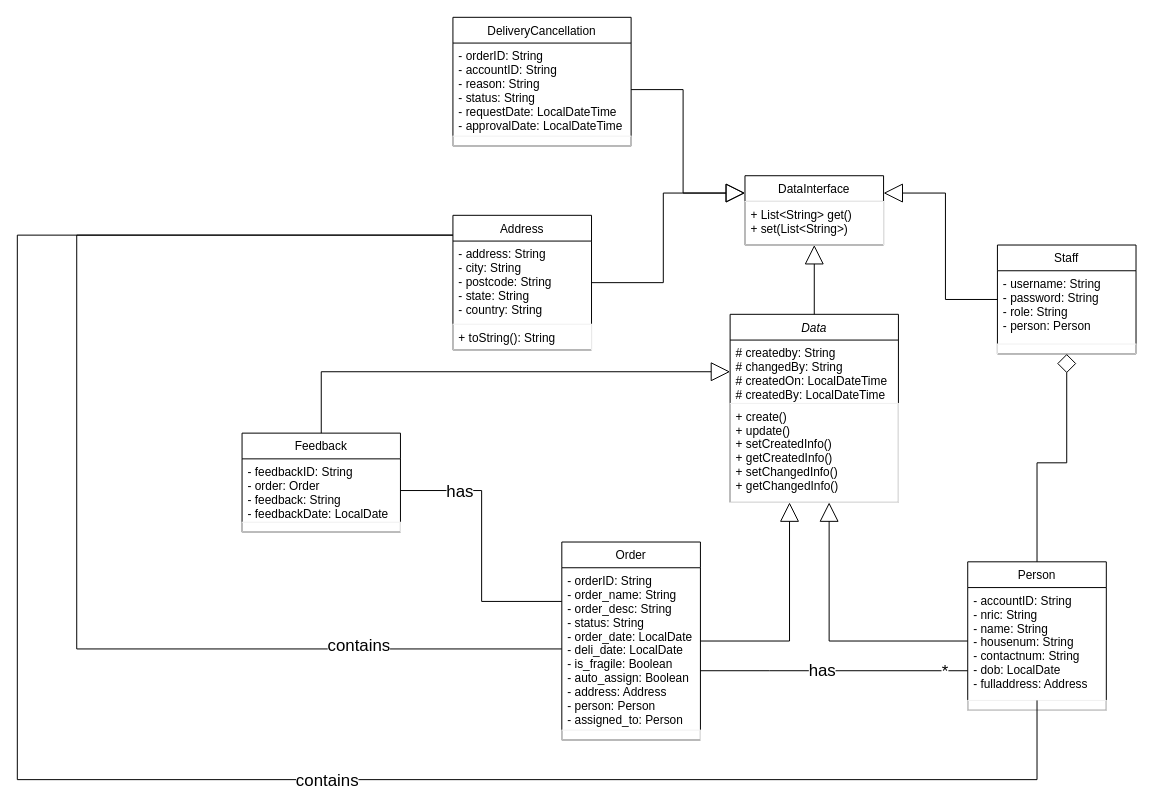
The draw.io diagram Class Diagram.drawio in orbulant/CourierServiceSystem, before the edit. Source tidied: cells renumbered, new cells numbered last; positions are measured from the earlier drawing's top-left corner, leaving out a move shared by most shapes. Both pictures are drawn from the tidied source at 99%, with x=0, y=0 at pixel (17, 17).
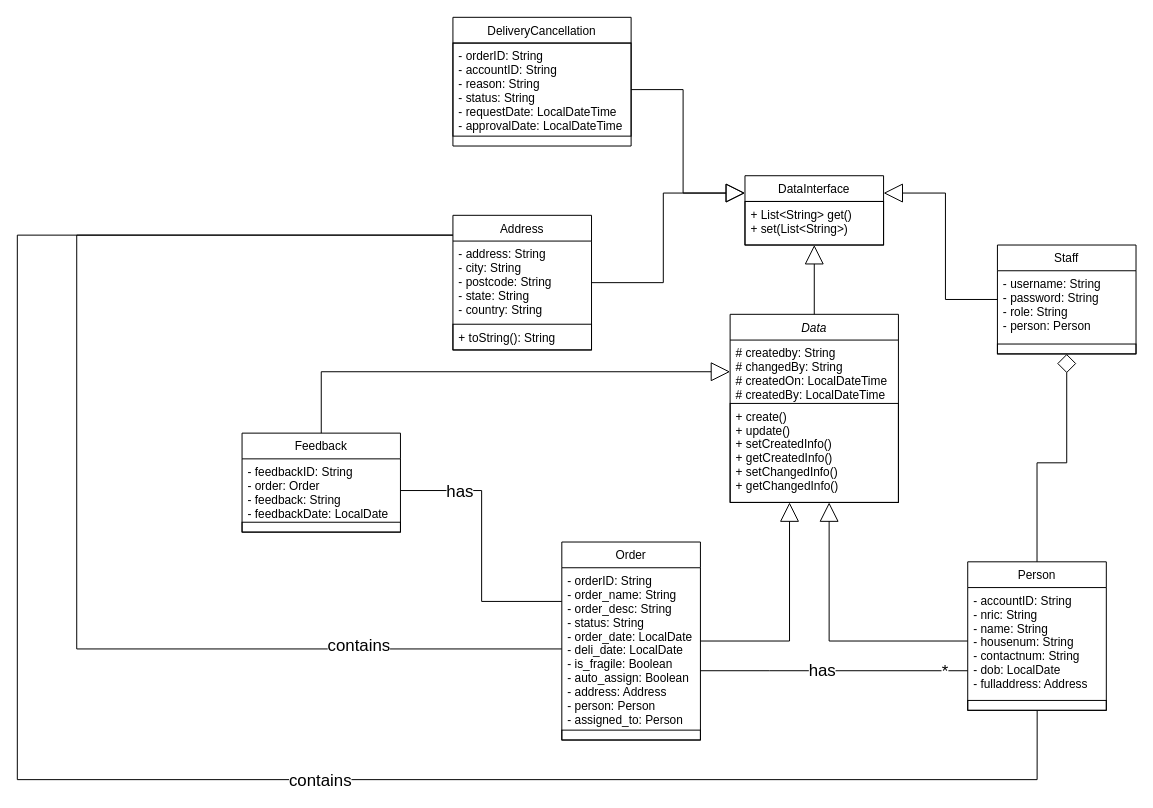
Above is the later version.

Commit message (it also covers changes not shown here):
Changed some class diagram stuff

Unchanged cells that the change refers to:
```xml
<mxCell id="4" value="# createdby: String&#10;# changedBy: String&#10;# createdOn: LocalDateTime&#10;# createdBy: LocalDateTime&#10;" style="text;strokeColor=none;fillColor=none;align=left;verticalAlign=top;spacingLeft=4;spacingRight=4;overflow=hidden;points=[[0,0.5],[1,0.5]];portConstraint=eastwest;" parent="3" vertex="1">
  <mxGeometry y="26" width="170" height="64" as="geometry" />
</mxCell>
<mxCell id="9" value="- address: String&#10;- city: String&#10;- postcode: String&#10;- state: String&#10;- country: String" style="text;strokeColor=none;fillColor=none;align=left;verticalAlign=top;spacingLeft=4;spacingRight=4;overflow=hidden;points=[[0,0.5],[1,0.5]];portConstraint=eastwest;" parent="8" vertex="1">
  <mxGeometry y="26" width="140" height="84" as="geometry" />
</mxCell>
<mxCell id="18" value="- accountID: String&#10;- nric: String&#10;- name: String&#10;- housenum: String&#10;- contactnum: String&#10;- dob: LocalDate&#10;- fulladdress: Address&#10;" style="text;strokeColor=none;fillColor=none;align=left;verticalAlign=top;spacingLeft=4;spacingRight=4;overflow=hidden;points=[[0,0.5],[1,0.5]];portConstraint=eastwest;" parent="17" vertex="1">
  <mxGeometry y="26" width="140" height="114" as="geometry" />
</mxCell>
<mxCell id="25" value="- orderID: String&#10;- order_name: String&#10;- order_desc: String&#10;- status: String&#10;- order_date: LocalDate&#10;- deli_date: LocalDate&#10;- is_fragile: Boolean&#10;- auto_assign: Boolean&#10;- address: Address&#10;- person: Person&#10;- assigned_to: Person&#10;" style="text;strokeColor=none;fillColor=none;align=left;verticalAlign=top;spacingLeft=4;spacingRight=4;overflow=hidden;points=[[0,0.5],[1,0.5]];portConstraint=eastwest;" parent="24" vertex="1">
  <mxGeometry y="26" width="140" height="164" as="geometry" />
</mxCell>
<mxCell id="38" value="- feedbackID: String&#10;- order: Order&#10;- feedback: String&#10;- feedbackDate: LocalDate&#10;" style="text;strokeColor=none;fillColor=none;align=left;verticalAlign=top;spacingLeft=4;spacingRight=4;overflow=hidden;points=[[0,0.5],[1,0.5]];portConstraint=eastwest;" parent="37" vertex="1">
  <mxGeometry y="26" width="160" height="64" as="geometry" />
</mxCell>
```

Change to the diagram source:
```diff
@@
-    <mxCell id="0" />
-    <mxCell id="1" parent="0" />
+    <mxCell id="42" />
+    <mxCell id="43" parent="42" />
-    <mxCell id="2" style="edgeStyle=orthogonalEdgeStyle;rounded=0;jettySize=auto;html=1;entryX=0.5;entryY=1;entryDx=0;entryDy=0;endArrow=block;endFill=0;startSize=17;endSize=17;" parent="1" edge="1" source="3" target="6">
+    <mxCell id="2" style="edgeStyle=orthogonalEdgeStyle;rounded=0;jettySize=auto;html=1;entryX=0.5;entryY=1;entryDx=0;entryDy=0;endArrow=block;endFill=0;startSize=17;endSize=17;" parent="43" edge="1" source="3" target="6">
       <mxGeometry relative="1" as="geometry" />
     </mxCell>
-    <mxCell id="3" value="Data" style="swimlane;fontStyle=2;horizontal=1;startSize=26;fillColor=none;" parent="1" vertex="1">
+    <mxCell id="3" value="Data" style="swimlane;fontStyle=2;horizontal=1;startSize=26;fillColor=none;" parent="43" vertex="1">
       <mxGeometry x="720" y="300" width="170" height="190" as="geometry" />
     </mxCell>
@@
-    <mxCell id="5" value="+ create()&#10;+ update()&#10;+ setCreatedInfo()&#10;+ getCreatedInfo()&#10;+ setChangedInfo()&#10;+ getChangedInfo()&#10;" style="text;align=left;verticalAlign=top;spacingLeft=4;spacingRight=4;overflow=hidden;strokeColor=#f0f0f0;" parent="3" vertex="1">
+    <mxCell id="5" value="+ create()&#10;+ update()&#10;+ setCreatedInfo()&#10;+ getCreatedInfo()&#10;+ setChangedInfo()&#10;+ getChangedInfo()&#10;" style="text;align=left;verticalAlign=top;spacingLeft=4;spacingRight=4;overflow=hidden;strokeColor=#000000;" parent="3" vertex="1">
       <mxGeometry y="90" width="170" height="100" as="geometry" />
     </mxCell>
-    <mxCell id="6" value="DataInterface" style="swimlane;fontStyle=0;horizontal=1;startSize=26;fillColor=none;" parent="1" vertex="1">
+    <mxCell id="6" value="DataInterface" style="swimlane;fontStyle=0;horizontal=1;startSize=26;fillColor=none;" parent="43" vertex="1">
       <mxGeometry x="735" y="160" width="140" height="70" as="geometry" />
     </mxCell>
-    <mxCell id="7" value="+ List&lt;String&gt; get()&#10;+ set(List&lt;String&gt;)&#10;" style="text;fillColor=none;align=left;verticalAlign=top;spacingLeft=4;spacingRight=4;overflow=hidden;strokeColor=#f0f0f0;" parent="6" vertex="1">
+    <mxCell id="7" value="+ List&lt;String&gt; get()&#10;+ set(List&lt;String&gt;)&#10;" style="text;align=left;verticalAlign=top;spacingLeft=4;spacingRight=4;overflow=hidden;strokeColor=#000000;" parent="6" vertex="1">
       <mxGeometry y="26" width="140" height="44" as="geometry" />
     </mxCell>
-    <mxCell id="8" value="Address" style="swimlane;fontStyle=0;horizontal=1;startSize=26;fillColor=none;" parent="1" vertex="1">
+    <mxCell id="8" value="Address" style="swimlane;fontStyle=0;horizontal=1;startSize=26;fillColor=none;" parent="43" vertex="1">
       <mxGeometry x="440" y="200" width="140" height="136" as="geometry" />
     </mxCell>
@@
-    <mxCell id="10" value="+ toString(): String" style="text;fillColor=none;align=left;verticalAlign=top;spacingLeft=4;spacingRight=4;overflow=hidden;strokeColor=#f0f0f0;" parent="8" vertex="1">
+    <mxCell id="10" value="+ toString(): String" style="text;align=left;verticalAlign=top;spacingLeft=4;spacingRight=4;overflow=hidden;strokeColor=#000000;" parent="8" vertex="1">
       <mxGeometry y="110" width="140" height="26" as="geometry" />
     </mxCell>
-    <mxCell id="11" style="edgeStyle=orthogonalEdgeStyle;rounded=0;jettySize=auto;html=1;entryX=1;entryY=0.25;entryDx=0;entryDy=0;startSize=17;endArrow=block;endFill=0;endSize=17;" parent="1" edge="1" source="12" target="6">
+    <mxCell id="11" style="edgeStyle=orthogonalEdgeStyle;rounded=0;jettySize=auto;html=1;entryX=1;entryY=0.25;entryDx=0;entryDy=0;startSize=17;endArrow=block;endFill=0;endSize=17;" parent="43" edge="1" source="12" target="6">
       <mxGeometry relative="1" as="geometry" />
     </mxCell>
-    <mxCell id="12" value="Staff" style="swimlane;fontStyle=0;horizontal=1;startSize=26;fillColor=none;" parent="1" vertex="1">
+    <mxCell id="12" value="Staff" style="swimlane;fontStyle=0;horizontal=1;startSize=26;fillColor=none;" parent="43" vertex="1">
       <mxGeometry x="990" y="230" width="140" height="110" as="geometry" />
     </mxCell>
-    <mxCell id="13" value="- username: String&#10;- password: String&#10;- role: String&#10;- person: Person" style="text;strokeColor=none;fillColor=none;align=left;verticalAlign=top;spacingLeft=4;spacingRight=4;overflow=hidden;" parent="12" vertex="1">
+    <mxCell id="13" value="- username: String&#10;- password: String&#10;- role: String&#10;- person: Person" style="text;align=left;verticalAlign=top;spacingLeft=4;spacingRight=4;overflow=hidden;" parent="12" vertex="1">
       <mxGeometry y="26" width="140" height="74" as="geometry" />
     </mxCell>
-    <mxCell id="14" style="text;fillColor=none;align=left;verticalAlign=top;spacingLeft=4;spacingRight=4;overflow=hidden;strokeColor=#f0f0f0;" parent="12" vertex="1">
-      <mxGeometry y="100" width="140" height="10" as="geometry" />
-    </mxCell>
-    <mxCell id="15" style="edgeStyle=orthogonalEdgeStyle;rounded=0;jettySize=auto;html=1;endArrow=block;endFill=0;endSize=17;startSize=17;" parent="1" edge="1" source="17">
-      <mxGeometry relative="1" as="geometry">
-        <mxPoint x="820" y="490" as="targetPoint" />
-        <Array as="points">
-          <mxPoint x="820" y="630" />
-          <mxPoint x="820" y="490" />
-        </Array>
-      </mxGeometry>
-    </mxCell>
+    <mxCell id="44" style="text;align=left;verticalAlign=top;spacingLeft=4;spacingRight=4;overflow=hidden;strokeColor=#000000;" parent="12" vertex="1">
+      <mxGeometry y="100" width="140" height="10" as="geometry" />
+    </mxCell>
+    <mxCell id="45" style="edgeStyle=orthogonalEdgeStyle;rounded=0;jettySize=auto;html=1;endArrow=block;endFill=0;endSize=17;startSize=17;" parent="43" edge="1" source="17">
+      <mxGeometry relative="1" as="geometry">
+        <mxPoint x="820" y="490" as="targetPoint" />
+        <Array as="points">
+          <mxPoint x="820" y="630" />
+          <mxPoint x="820" y="490" />
+        </Array>
+      </mxGeometry>
+    </mxCell>
-    <mxCell id="16" style="edgeStyle=orthogonalEdgeStyle;rounded=0;jettySize=auto;html=1;entryX=0.5;entryY=1;entryDx=0;entryDy=0;endArrow=diamond;endFill=0;endSize=17;startSize=17;" parent="1" edge="1" source="17" target="12">
+    <mxCell id="16" style="edgeStyle=orthogonalEdgeStyle;rounded=0;jettySize=auto;html=1;entryX=0.5;entryY=1;entryDx=0;entryDy=0;endArrow=diamond;endFill=0;endSize=17;startSize=17;" parent="43" edge="1" source="17" target="12">
       <mxGeometry relative="1" as="geometry" />
     </mxCell>
-    <mxCell id="17" value="Person" style="swimlane;fontStyle=0;horizontal=1;startSize=26;fillColor=none;" parent="1" vertex="1">
+    <mxCell id="17" value="Person" style="swimlane;fontStyle=0;horizontal=1;startSize=26;fillColor=none;" parent="43" vertex="1">
       <mxGeometry x="960" y="550" width="140" height="150" as="geometry" />
     </mxCell>
@@
-    <mxCell id="19" style="text;fillColor=none;align=left;verticalAlign=top;spacingLeft=4;spacingRight=4;overflow=hidden;strokeColor=#f0f0f0;" parent="17" vertex="1">
-      <mxGeometry y="140" width="140" height="10" as="geometry" />
-    </mxCell>
+    <mxCell id="46" style="text;align=left;verticalAlign=top;spacingLeft=4;spacingRight=4;overflow=hidden;points=[[0,0.5],[1,0.5]];portConstraint=eastwest;strokeColor=#000000;" parent="17" vertex="1">
+      <mxGeometry y="140" width="140" height="10" as="geometry" />
+    </mxCell>
-    <mxCell id="20" value="DeliveryCancellation" style="swimlane;fontStyle=0;horizontal=1;startSize=26;fillColor=none;" parent="1" vertex="1">
+    <mxCell id="20" value="DeliveryCancellation" style="swimlane;fontStyle=0;horizontal=1;startSize=26;fillColor=none;" parent="43" vertex="1">
       <mxGeometry x="440" width="180" height="130" as="geometry" />
     </mxCell>
-    <mxCell id="21" value="- orderID: String&#10;- accountID: String&#10;- reason: String&#10;- status: String&#10;- requestDate: LocalDateTime&#10;- approvalDate: LocalDateTime&#10;&#10;" style="text;strokeColor=none;fillColor=none;align=left;verticalAlign=top;spacingLeft=4;spacingRight=4;overflow=hidden;points=[[0,0.5],[1,0.5]];portConstraint=eastwest;" parent="20" vertex="1">
+    <mxCell id="21" value="- orderID: String&#10;- accountID: String&#10;- reason: String&#10;- status: String&#10;- requestDate: LocalDateTime&#10;- approvalDate: LocalDateTime&#10;&#10;" style="text;align=left;verticalAlign=top;spacingLeft=4;spacingRight=4;overflow=hidden;points=[[0,0.5],[1,0.5]];portConstraint=eastwest;strokeColor=#000000;" parent="20" vertex="1">
       <mxGeometry y="26" width="180" height="94" as="geometry" />
     </mxCell>
-    <mxCell id="22" style="text;fillColor=none;align=left;verticalAlign=top;spacingLeft=4;spacingRight=4;overflow=hidden;strokeColor=#f0f0f0;" parent="20" vertex="1">
-      <mxGeometry y="120" width="180" height="10" as="geometry" />
-    </mxCell>
-    <mxCell id="23" style="edgeStyle=orthogonalEdgeStyle;rounded=0;jettySize=auto;html=1;endArrow=block;endFill=0;endSize=17;startSize=17;" parent="1" edge="1" source="24">
-      <mxGeometry relative="1" as="geometry">
-        <mxPoint x="780" y="490" as="targetPoint" />
-        <Array as="points">
-          <mxPoint x="780" y="630" />
-          <mxPoint x="780" y="490" />
-        </Array>
-      </mxGeometry>
-    </mxCell>
+    <mxCell id="47" style="text;align=left;verticalAlign=top;spacingLeft=4;spacingRight=4;overflow=hidden;" parent="20" vertex="1">
+      <mxGeometry y="120" width="180" height="10" as="geometry" />
+    </mxCell>
+    <mxCell id="48" style="edgeStyle=orthogonalEdgeStyle;rounded=0;jettySize=auto;html=1;endArrow=block;endFill=0;endSize=17;startSize=17;" parent="43" edge="1" source="24">
+      <mxGeometry relative="1" as="geometry">
+        <mxPoint x="780" y="490" as="targetPoint" />
+        <Array as="points">
+          <mxPoint x="780" y="630" />
+          <mxPoint x="780" y="490" />
+        </Array>
+      </mxGeometry>
+    </mxCell>
-    <mxCell id="24" value="Order" style="swimlane;fontStyle=0;horizontal=1;startSize=26;fillColor=none;" parent="1" vertex="1">
+    <mxCell id="24" value="Order" style="swimlane;fontStyle=0;horizontal=1;startSize=26;fillColor=none;" parent="43" vertex="1">
       <mxGeometry x="550" y="530" width="140" height="200" as="geometry" />
     </mxCell>
@@
-    <mxCell id="26" style="text;fillColor=none;align=left;verticalAlign=top;spacingLeft=4;spacingRight=4;overflow=hidden;strokeColor=#f0f0f0;" parent="24" vertex="1">
-      <mxGeometry y="190" width="140" height="10" as="geometry" />
-    </mxCell>
+    <mxCell id="49" style="text;align=left;verticalAlign=top;spacingLeft=4;spacingRight=4;overflow=hidden;strokeColor=#000000;" parent="24" vertex="1">
+      <mxGeometry y="190" width="140" height="10" as="geometry" />
+    </mxCell>
-    <mxCell id="27" style="edgeStyle=orthogonalEdgeStyle;rounded=0;jettySize=auto;html=1;entryX=0;entryY=0.25;entryDx=0;entryDy=0;startSize=17;endArrow=block;endFill=0;endSize=17;" parent="1" edge="1" source="21" target="6">
+    <mxCell id="27" style="edgeStyle=orthogonalEdgeStyle;rounded=0;jettySize=auto;html=1;entryX=0;entryY=0.25;entryDx=0;entryDy=0;startSize=17;endArrow=block;endFill=0;endSize=17;" parent="43" edge="1" source="21" target="6">
       <mxGeometry relative="1" as="geometry" />
     </mxCell>
-    <mxCell id="28" style="edgeStyle=orthogonalEdgeStyle;rounded=0;jettySize=auto;html=1;entryX=0;entryY=0.25;entryDx=0;entryDy=0;startSize=17;endArrow=block;endFill=0;endSize=17;" parent="1" edge="1" source="9" target="6">
+    <mxCell id="28" style="edgeStyle=orthogonalEdgeStyle;rounded=0;jettySize=auto;html=1;entryX=0;entryY=0.25;entryDx=0;entryDy=0;startSize=17;endArrow=block;endFill=0;endSize=17;" parent="43" edge="1" source="9" target="6">
       <mxGeometry relative="1" as="geometry" />
     </mxCell>
-    <mxCell id="29" style="edgeStyle=orthogonalEdgeStyle;rounded=0;jettySize=auto;html=1;entryX=0;entryY=0.147;entryDx=0;entryDy=0;entryPerimeter=0;startSize=17;endArrow=none;endFill=0;endSize=17;" parent="1" edge="1" source="25" target="8">
+    <mxCell id="29" style="edgeStyle=orthogonalEdgeStyle;rounded=0;jettySize=auto;html=1;entryX=0;entryY=0.147;entryDx=0;entryDy=0;entryPerimeter=0;startSize=17;endArrow=none;endFill=0;endSize=17;" parent="43" edge="1" source="25" target="8">
       <mxGeometry relative="1" as="geometry">
         <Array as="points">
           <mxPoint x="60" y="638" />
           <mxPoint x="60" y="220" />
         </Array>
       </mxGeometry>
     </mxCell>
-    <mxCell id="30" value="contains" style="edgeLabel;html=1;align=center;verticalAlign=middle;fontSize=17;" parent="29" vertex="1">
-      <mxGeometry x="-0.68" y="-3" relative="1" as="geometry" />
-    </mxCell>
-    <mxCell id="31" style="edgeStyle=orthogonalEdgeStyle;rounded=0;jettySize=auto;html=1;startSize=17;endArrow=none;endFill=0;endSize=17;" parent="1" edge="1" source="18">
-      <mxGeometry relative="1" as="geometry">
-        <mxPoint x="440" y="220" as="targetPoint" />
-        <Array as="points">
-          <mxPoint x="1030" y="770" />
-          <mxPoint y="770" />
-          <mxPoint y="220" />
-        </Array>
-      </mxGeometry>
-    </mxCell>
-    <mxCell id="32" value="contains" style="edgeLabel;html=1;align=center;verticalAlign=middle;fontSize=17;" parent="31" vertex="1">
-      <mxGeometry x="-0.24" y="1" relative="1" as="geometry" />
-    </mxCell>
+    <mxCell id="50" value="contains" style="edgeLabel;html=1;align=center;verticalAlign=middle;fontSize=17;" parent="29" vertex="1">
+      <mxGeometry x="-0.68" y="-3" relative="1" as="geometry" />
+    </mxCell>
+    <mxCell id="51" style="edgeStyle=orthogonalEdgeStyle;rounded=0;jettySize=auto;html=1;startSize=17;endArrow=none;endFill=0;endSize=17;exitX=0.501;exitY=1.049;exitDx=0;exitDy=0;exitPerimeter=0;" parent="43" edge="1" source="46">
+      <mxGeometry relative="1" as="geometry">
+        <mxPoint x="440" y="220" as="targetPoint" />
+        <Array as="points">
+          <mxPoint x="1030" y="770" />
+          <mxPoint y="770" />
+          <mxPoint y="220" />
+        </Array>
+      </mxGeometry>
+    </mxCell>
+    <mxCell id="52" value="contains" style="edgeLabel;html=1;align=center;verticalAlign=middle;fontSize=17;" parent="51" vertex="1">
+      <mxGeometry x="-0.24" y="1" relative="1" as="geometry" />
+    </mxCell>
-    <mxCell id="33" style="edgeStyle=orthogonalEdgeStyle;rounded=0;jettySize=auto;html=1;entryX=0;entryY=0.737;entryDx=0;entryDy=0;entryPerimeter=0;startSize=17;endArrow=none;endFill=0;endSize=17;" parent="1" edge="1" source="25" target="18">
+    <mxCell id="33" style="edgeStyle=orthogonalEdgeStyle;rounded=0;jettySize=auto;html=1;entryX=0;entryY=0.737;entryDx=0;entryDy=0;entryPerimeter=0;startSize=17;endArrow=none;endFill=0;endSize=17;" parent="43" edge="1" source="25" target="18">
       <mxGeometry relative="1" as="geometry">
         <Array as="points">
           <mxPoint x="760" y="660" />
           <mxPoint x="760" y="660" />
         </Array>
       </mxGeometry>
     </mxCell>
-    <mxCell id="34" value="has" style="edgeLabel;html=1;align=center;verticalAlign=middle;fontSize=17;" parent="33" vertex="1">
-      <mxGeometry x="-0.09" relative="1" as="geometry" />
-    </mxCell>
+    <mxCell id="53" value="has" style="edgeLabel;html=1;align=center;verticalAlign=middle;fontSize=17;" parent="33" vertex="1">
+      <mxGeometry x="-0.09" relative="1" as="geometry" />
+    </mxCell>
@@
-    <mxCell id="36" style="edgeStyle=orthogonalEdgeStyle;rounded=0;jettySize=auto;html=1;entryX=0;entryY=0.5;entryDx=0;entryDy=0;endArrow=block;endFill=0;endSize=17;" parent="1" edge="1" source="37" target="4">
+    <mxCell id="36" style="edgeStyle=orthogonalEdgeStyle;rounded=0;jettySize=auto;html=1;entryX=0;entryY=0.5;entryDx=0;entryDy=0;endArrow=block;endFill=0;endSize=17;" parent="43" edge="1" source="37" target="4">
       <mxGeometry relative="1" as="geometry" />
     </mxCell>
-    <mxCell id="37" value="Feedback" style="swimlane;fontStyle=0;horizontal=1;startSize=26;fillColor=none;" parent="1" vertex="1">
+    <mxCell id="37" value="Feedback" style="swimlane;fontStyle=0;horizontal=1;startSize=26;fillColor=none;" parent="43" vertex="1">
       <mxGeometry x="227" y="420" width="160" height="100" as="geometry" />
     </mxCell>
@@
-    <mxCell id="39" style="text;fillColor=none;align=left;verticalAlign=top;spacingLeft=4;spacingRight=4;overflow=hidden;strokeColor=#f0f0f0;" parent="37" vertex="1">
-      <mxGeometry y="90" width="160" height="10" as="geometry" />
-    </mxCell>
+    <mxCell id="54" style="text;align=left;verticalAlign=top;spacingLeft=4;spacingRight=4;overflow=hidden;strokeColor=#000000;" parent="37" vertex="1">
+      <mxGeometry y="90" width="160" height="10" as="geometry" />
+    </mxCell>
-    <mxCell id="40" style="edgeStyle=orthogonalEdgeStyle;rounded=0;jettySize=auto;html=1;entryX=1;entryY=0.5;entryDx=0;entryDy=0;endArrow=none;endFill=0;" parent="1" edge="1" source="25" target="38">
+    <mxCell id="40" style="edgeStyle=orthogonalEdgeStyle;rounded=0;jettySize=auto;html=1;entryX=1;entryY=0.5;entryDx=0;entryDy=0;endArrow=none;endFill=0;" parent="43" edge="1" source="25" target="38">
       <mxGeometry relative="1" as="geometry">
         <Array as="points">
           <mxPoint x="469" y="590" />
           <mxPoint x="469" y="478" />
         </Array>
       </mxGeometry>
     </mxCell>
-    <mxCell id="41" value="has" style="edgeLabel;html=1;align=center;verticalAlign=middle;fontSize=17;" parent="40" vertex="1">
-      <mxGeometry x="0.57" y="1" relative="1" as="geometry" />
-    </mxCell>
+    <mxCell id="55" value="has" style="edgeLabel;html=1;align=center;verticalAlign=middle;fontSize=17;" parent="40" vertex="1">
+      <mxGeometry x="0.57" y="1" relative="1" as="geometry" />
+    </mxCell>
```
